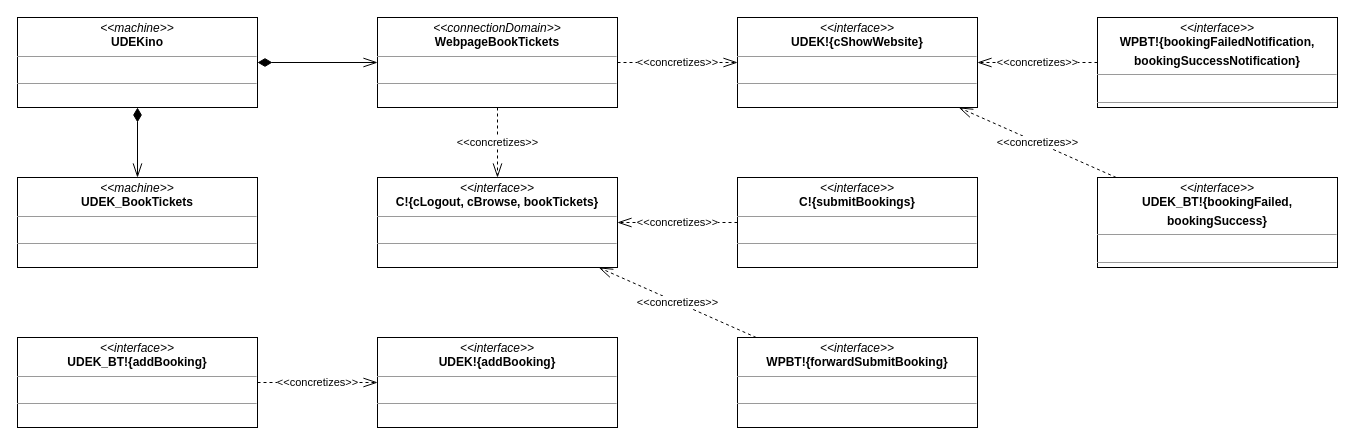
Earlier version of the draw.io diagram page "Mapping" (2 of 2) of a03_problem_diagram_3.drawio (melvdlin/swtlab). Source tidied: cells renumbered, new cells numbered last; positions are measured from the earlier drawing's top-left corner, leaving out a move shared by most shapes. Both pictures are drawn from the tidied source at 100%, with x=0, y=0 at pixel (17, 17).
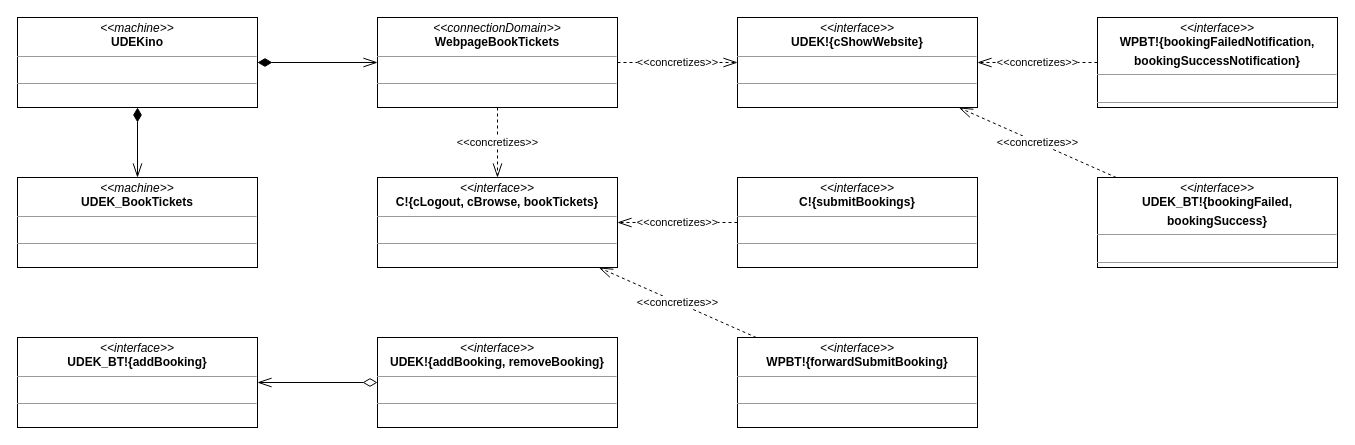
The same diagram, later.

The change refers to these unchanged cells:
```xml
<mxCell id="2" style="group;" parent="1" vertex="1">
  <mxGeometry width="1320" height="410" as="geometry" />
</mxCell>
<mxCell id="20" value="&lt;p style=&quot;margin: 0px ; margin-top: 4px ; text-align: center&quot;&gt;&lt;i&gt;&amp;lt;&amp;lt;interface&amp;gt;&amp;gt;&lt;/i&gt;&lt;br&gt;&lt;b&gt;UDEK_BT!{addBooking}&lt;/b&gt;&lt;/p&gt;&lt;hr size=&quot;1&quot;&gt;&lt;p style=&quot;margin: 0px ; margin-left: 4px&quot;&gt;&lt;br&gt;&lt;/p&gt;&lt;hr size=&quot;1&quot;&gt;&lt;p style=&quot;margin: 0px ; margin-left: 4px&quot;&gt;&lt;br&gt;&lt;/p&gt;" style="verticalAlign=top;align=left;overflow=fill;fontSize=12;fontFamily=Helvetica;html=1;rounded=0;shadow=0;glass=0;comic=0;sketch=0;fontColor=default;gradientColor=none;whiteSpace=wrap;" parent="2" vertex="1">
  <mxGeometry y="320" width="240" height="90" as="geometry" />
</mxCell>
```

Diff of the diagram source:
```diff
@@
+    <mxCell id="23" style="rounded=0;jettySize=auto;html=1;endSize=12;startSize=12;startArrow=diamondThin;startFill=0;endArrow=openThin;endFill=0;" parent="2" edge="1" source="21" target="20">
+      <mxGeometry relative="1" as="geometry" />
+    </mxCell>
-    <mxCell id="21" value="&lt;p style=&quot;margin: 0px ; margin-top: 4px ; text-align: center&quot;&gt;&lt;i&gt;&amp;lt;&amp;lt;interface&amp;gt;&amp;gt;&lt;/i&gt;&lt;br&gt;&lt;b&gt;UDEK!{addBooking}&lt;/b&gt;&lt;/p&gt;&lt;hr size=&quot;1&quot;&gt;&lt;p style=&quot;margin: 0px ; margin-left: 4px&quot;&gt;&lt;br&gt;&lt;/p&gt;&lt;hr size=&quot;1&quot;&gt;&lt;p style=&quot;margin: 0px ; margin-left: 4px&quot;&gt;&lt;br&gt;&lt;/p&gt;" style="verticalAlign=top;align=left;overflow=fill;fontSize=12;fontFamily=Helvetica;html=1;rounded=0;shadow=0;glass=0;comic=0;sketch=0;fontColor=default;gradientColor=none;whiteSpace=wrap;" parent="2" vertex="1">
+    <mxCell id="21" value="&lt;p style=&quot;margin: 0px ; margin-top: 4px ; text-align: center&quot;&gt;&lt;i&gt;&amp;lt;&amp;lt;interface&amp;gt;&amp;gt;&lt;/i&gt;&lt;br&gt;&lt;b&gt;UDEK!{addBooking, removeBooking}&lt;/b&gt;&lt;/p&gt;&lt;hr size=&quot;1&quot;&gt;&lt;p style=&quot;margin: 0px ; margin-left: 4px&quot;&gt;&lt;br&gt;&lt;/p&gt;&lt;hr size=&quot;1&quot;&gt;&lt;p style=&quot;margin: 0px ; margin-left: 4px&quot;&gt;&lt;br&gt;&lt;/p&gt;" style="verticalAlign=top;align=left;overflow=fill;fontSize=12;fontFamily=Helvetica;html=1;rounded=0;shadow=0;glass=0;comic=0;sketch=0;fontColor=default;gradientColor=none;whiteSpace=wrap;" parent="2" vertex="1">
       <mxGeometry x="360" y="320" width="240" height="90" as="geometry" />
     </mxCell>
-    <mxCell id="22" value="&amp;lt;&amp;lt;concretizes&amp;gt;&amp;gt;" style="edgeStyle=none;rounded=0;jettySize=auto;html=1;dashed=1;startArrow=none;startFill=0;endArrow=openThin;endFill=0;startSize=12;endSize=12;" parent="2" edge="1" source="20" target="21">
-      <mxGeometry relative="1" as="geometry" />
-    </mxCell>
```
